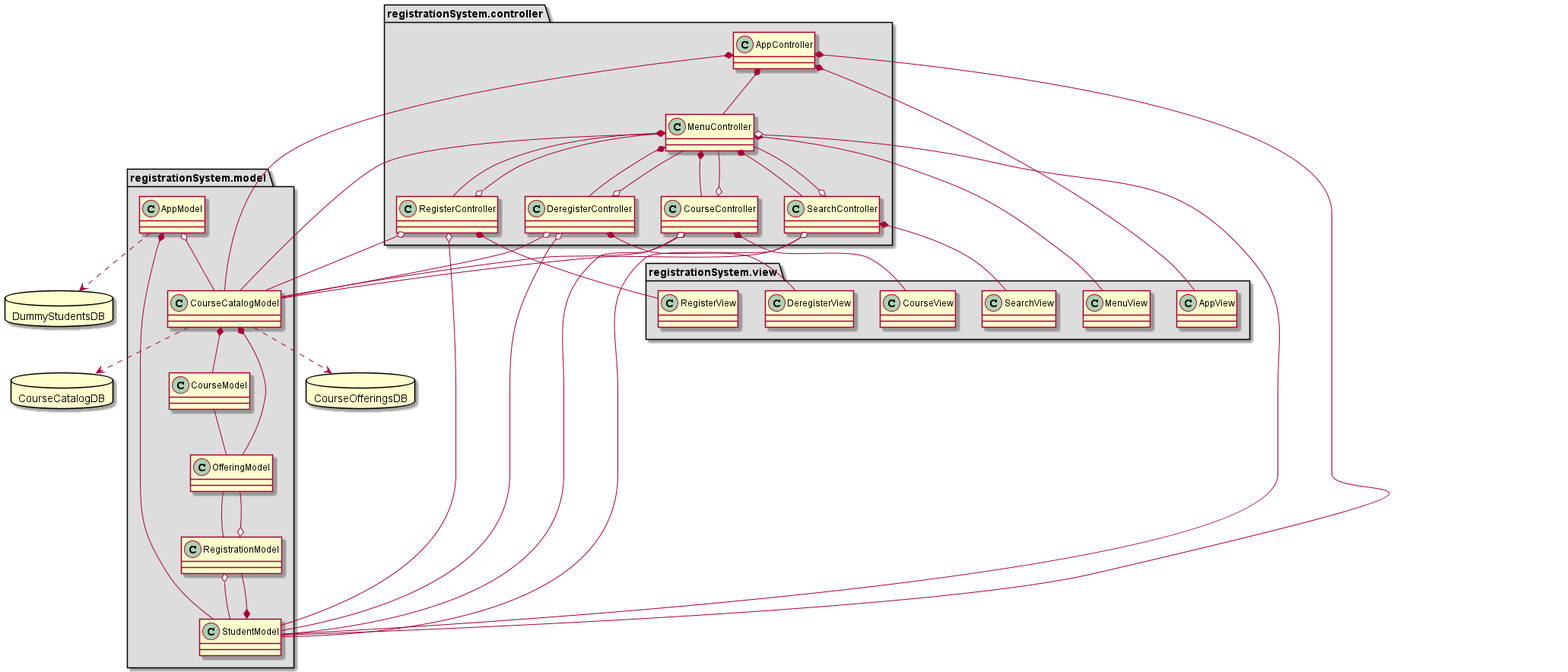
Earlier version of the PlantUML export uml/class_crs.png (zbhavyai/course-registration-system). Its diagram source:
```plantuml
@startuml class_crs

allow_mixing

package registrationSystem.model #DDDDDD
{
    class AppModel
    class CourseCatalogModel
    class CourseModel
    class OfferingModel
    class RegistrationModel
    class StudentModel

    AppModel o-- CourseCatalogModel
    AppModel *-- StudentModel
    CourseCatalogModel *-- CourseModel
    CourseCatalogModel *-- OfferingModel
    CourseModel -- OfferingModel
    OfferingModel -- RegistrationModel
    RegistrationModel o-- StudentModel
    RegistrationModel o-- OfferingModel
    StudentModel *-- RegistrationModel
}

package registrationSystem.view #DDDDDD
{
    class AppView
    class MenuView
    class SearchView
    class RegisterView
    class DeregisterView
    class CourseView
}

package registrationSystem.controller #DDDDDD
{
    class AppController
    class MenuController
    class SearchController
    class RegisterController
    class DeregisterController
    class CourseController

    AppController *-- AppView
    AppController *-- CourseCatalogModel
    AppController *-- StudentModel
    AppController *-- MenuController

    MenuController *-- MenuView
    MenuController o-- CourseCatalogModel
    MenuController o-- StudentModel
    MenuController *-- SearchController
    MenuController *-- RegisterController
    MenuController *-- DeregisterController
    MenuController *-- CourseController

    SearchController *-- SearchView
    SearchController o-- MenuController
    SearchController o-- CourseCatalogModel
    SearchController o-- StudentModel

    RegisterController *-- RegisterView
    RegisterController o-- MenuController
    RegisterController o-- CourseCatalogModel
    RegisterController o-- StudentModel

    DeregisterController *-- DeregisterView
    DeregisterController o-- MenuController
    DeregisterController o-- CourseCatalogModel
    DeregisterController o-- StudentModel

    CourseController *-- CourseView
    CourseController o-- MenuController
    CourseController o-- CourseCatalogModel
    CourseController o-- StudentModel
}

database CourseCatalogDB
database CourseOfferingsDB
database DummyStudentsDB

AppModel ..> DummyStudentsDB
CourseCatalogModel ..> CourseOfferingsDB
CourseCatalogModel ..> CourseCatalogDB

@enduml
```
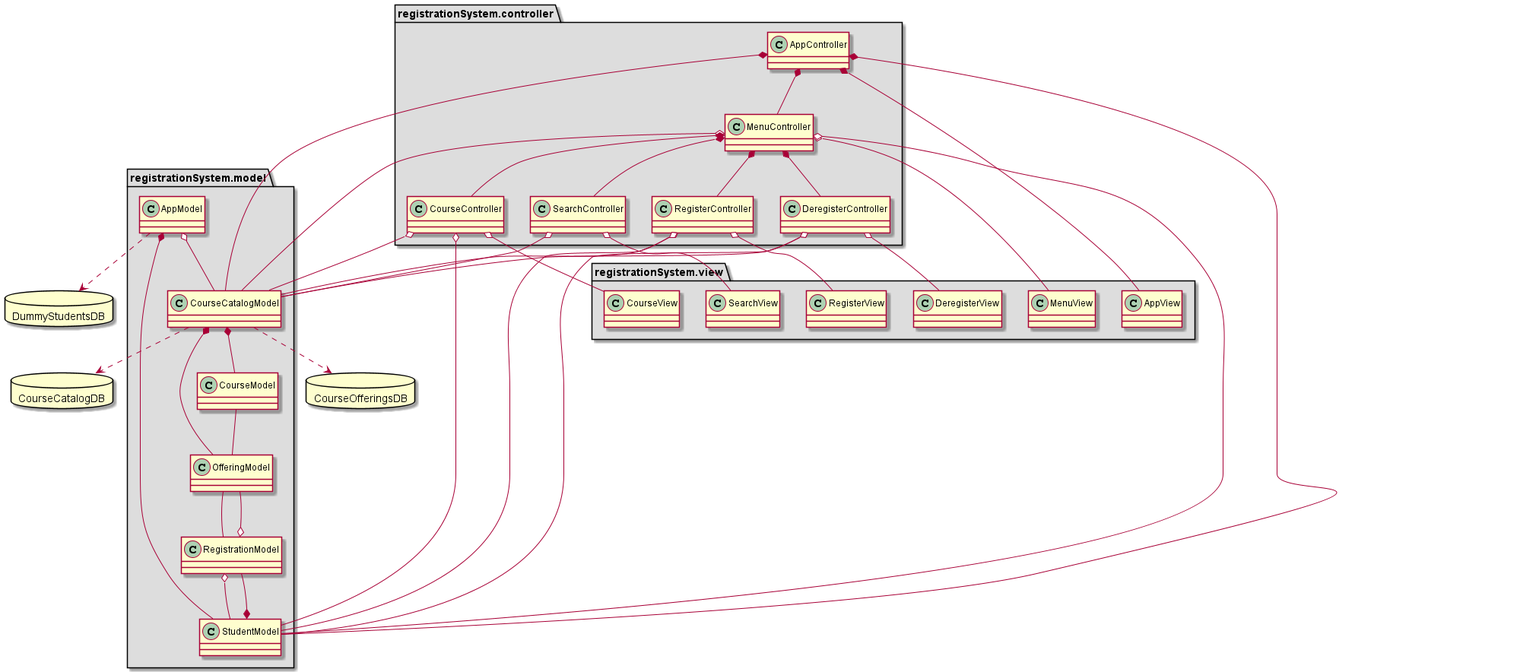
The same file after the commit.

Commit message:
Updated the uml to reflect changes in the code

Change to the diagram source:
```diff
@@ -46,7 +46,7 @@
     AppController *-- StudentModel
     AppController *-- MenuController
 
-    MenuController *-- MenuView
+    MenuController o-- MenuView
     MenuController o-- CourseCatalogModel
     MenuController o-- StudentModel
     MenuController *-- SearchController
@@ -54,23 +54,18 @@
     MenuController *-- DeregisterController
     MenuController *-- CourseController
 
-    SearchController *-- SearchView
-    SearchController o-- MenuController
+    SearchController o-- SearchView
     SearchController o-- CourseCatalogModel
-    SearchController o-- StudentModel
 
-    RegisterController *-- RegisterView
-    RegisterController o-- MenuController
+    RegisterController o-- RegisterView
     RegisterController o-- CourseCatalogModel
     RegisterController o-- StudentModel
 
-    DeregisterController *-- DeregisterView
-    DeregisterController o-- MenuController
+    DeregisterController o-- DeregisterView
     DeregisterController o-- CourseCatalogModel
     DeregisterController o-- StudentModel
 
-    CourseController *-- CourseView
-    CourseController o-- MenuController
+    CourseController o-- CourseView
     CourseController o-- CourseCatalogModel
     CourseController o-- StudentModel
 }
```
